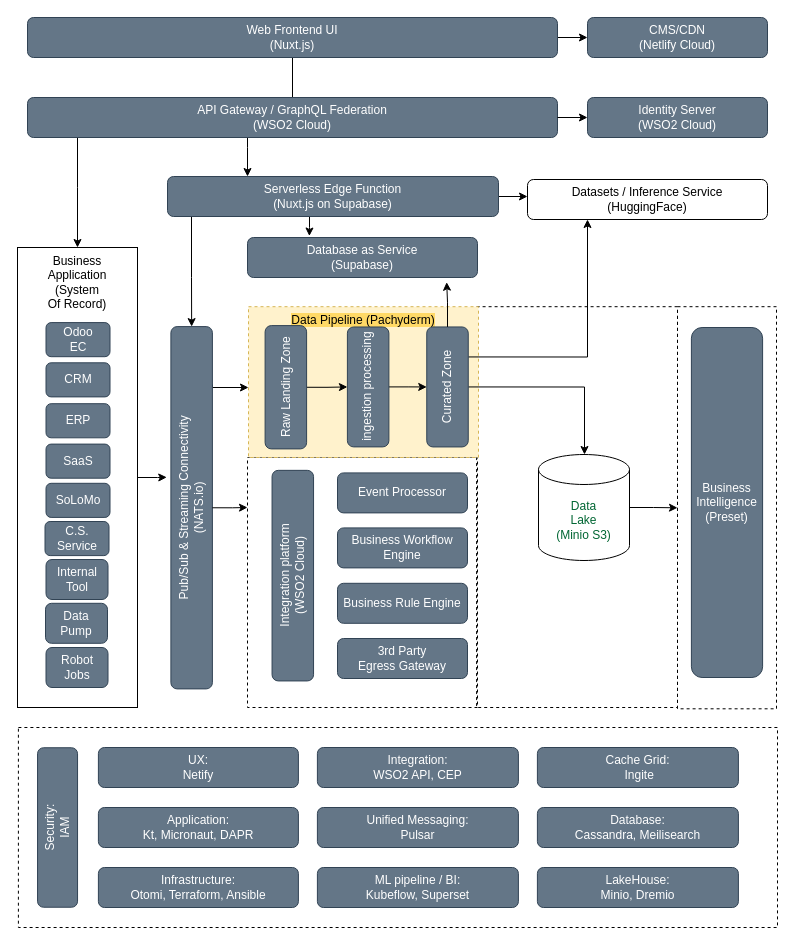
The draw.io diagram master.drawio in man-chi/kata, before the edit. Source tidied: cells renumbered, new cells numbered last; positions are measured from the earlier drawing's top-left corner, leaving out a move shared by most shapes. Both pictures are drawn from the tidied source at 100%, with x=0, y=0 at pixel (-23, 17).
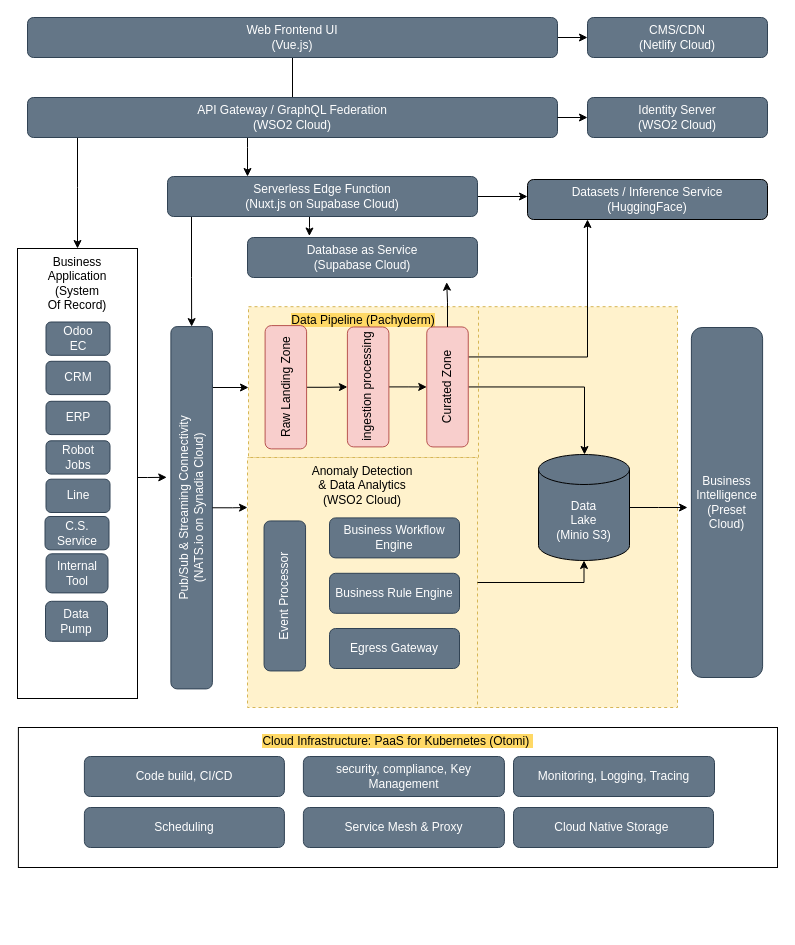
The same diagram, later.

The edit, as a diff of the source:
```diff
@@
-    <mxCell id="2" style="rounded=0;whiteSpace=wrap;html=1;align=center;verticalAlign=top;strokeColor=default;fillColor=none;dashed=1;" parent="1" vertex="1">
-      <mxGeometry x="40.9" y="710" width="759.1" height="200" as="geometry" />
+    <mxCell id="2" value="&lt;span style=&quot;background-color: rgb(255, 217, 102);&quot;&gt;Cloud Infrastructure: PaaS for Kubernetes (Otomi)&amp;nbsp;&lt;/span&gt;" style="rounded=0;whiteSpace=wrap;html=1;align=center;verticalAlign=top;" parent="1" vertex="1">
+      <mxGeometry x="40.9" y="710" width="759.1" height="140" as="geometry" />
     </mxCell>
-    <mxCell id="3" style="rounded=0;whiteSpace=wrap;html=1;align=center;verticalAlign=top;strokeColor=default;fillColor=none;dashed=1;" parent="1" vertex="1">
+    <mxCell id="3" style="rounded=0;whiteSpace=wrap;html=1;align=center;verticalAlign=top;strokeColor=#d6b656;fillColor=#fff2cc;dashed=1;" parent="1" vertex="1">
       <mxGeometry x="499.1" y="289.2" width="200.9" height="400.8" as="geometry" />
     </mxCell>
-    <mxCell id="4" style="rounded=0;whiteSpace=wrap;html=1;align=center;verticalAlign=top;strokeColor=default;fillColor=none;dashed=1;" parent="1" vertex="1">
-      <mxGeometry x="700" y="289.2" width="99" height="402.1" as="geometry" />
-    </mxCell>
-    <mxCell id="5" style="rounded=0;whiteSpace=wrap;html=1;align=center;verticalAlign=top;strokeColor=default;fillColor=none;dashed=1;" parent="1" vertex="1">
+    <mxCell id="5" value="Anomaly Detection&lt;br&gt;&amp;amp; Data Analytics&lt;br&gt;(WSO2 Cloud)" style="rounded=0;whiteSpace=wrap;html=1;align=center;verticalAlign=top;strokeColor=#d6b656;fillColor=#fff2cc;dashed=1;" parent="1" vertex="1">
       <mxGeometry x="270" y="440" width="230" height="250" as="geometry" />
     </mxCell>
@@
-    <mxCell id="9" value="Web Frontend UI&lt;br&gt;(Nuxt.js)" style="rounded=1;whiteSpace=wrap;html=1;fillColor=#647687;strokeColor=#314354;fontColor=#ffffff;" parent="1" vertex="1">
+    <mxCell id="9" value="Web Frontend UI&lt;br&gt;(Vue.js)" style="rounded=1;whiteSpace=wrap;html=1;fillColor=#647687;strokeColor=#314354;fontColor=#ffffff;" parent="1" vertex="1">
       <mxGeometry x="50" width="530" height="40" as="geometry" />
     </mxCell>
@@
     <mxCell id="14" value="Business&lt;br&gt;Application&lt;br&gt;(System&lt;br&gt;Of Record)" style="rounded=0;whiteSpace=wrap;html=1;align=center;verticalAlign=top;" parent="1" vertex="1">
-      <mxGeometry x="40" y="230" width="120" height="460" as="geometry" />
+      <mxGeometry x="40" y="231" width="120" height="450" as="geometry" />
     </mxCell>
     <mxCell id="15" value="C.S. Service" style="rounded=1;whiteSpace=wrap;html=1;fillColor=#647687;strokeColor=#314354;fontColor=#ffffff;" parent="14" vertex="1">
-      <mxGeometry x="27.5" y="274" width="64" height="34.1" as="geometry" />
+      <mxGeometry x="27.5" y="268" width="64" height="33.3" as="geometry" />
     </mxCell>
     <mxCell id="16" value="Odoo&lt;br&gt;EC" style="rounded=1;whiteSpace=wrap;html=1;fillColor=#647687;strokeColor=#314354;fontColor=#ffffff;" parent="14" vertex="1">
-      <mxGeometry x="28.5" y="75.1" width="64" height="34.1" as="geometry" />
+      <mxGeometry x="28.5" y="73.5" width="64" height="33.3" as="geometry" />
     </mxCell>
     <mxCell id="17" value="CRM" style="rounded=1;whiteSpace=wrap;html=1;fillColor=#647687;strokeColor=#314354;fontColor=#ffffff;" parent="14" vertex="1">
-      <mxGeometry x="28.5" y="115.3" width="64" height="34.1" as="geometry" />
+      <mxGeometry x="28.5" y="112.8" width="64" height="33.3" as="geometry" />
     </mxCell>
     <mxCell id="18" value="ERP" style="rounded=1;whiteSpace=wrap;html=1;fillColor=#647687;strokeColor=#314354;fontColor=#ffffff;" parent="14" vertex="1">
-      <mxGeometry x="28.5" y="156.2" width="64" height="34.1" as="geometry" />
+      <mxGeometry x="28.5" y="152.8" width="64" height="33.3" as="geometry" />
     </mxCell>
-    <mxCell id="19" value="SaaS" style="rounded=1;whiteSpace=wrap;html=1;fillColor=#647687;strokeColor=#314354;fontColor=#ffffff;" parent="14" vertex="1">
-      <mxGeometry x="28.5" y="196.6" width="64" height="34.1" as="geometry" />
+    <mxCell id="19" value="Robot&lt;br style=&quot;border-color: var(--border-color);&quot;&gt;Jobs" style="rounded=1;whiteSpace=wrap;html=1;fillColor=#647687;strokeColor=#314354;fontColor=#ffffff;" parent="14" vertex="1">
+      <mxGeometry x="28.5" y="192.3" width="64" height="33.3" as="geometry" />
     </mxCell>
-    <mxCell id="20" value="SoLoMo" style="rounded=1;whiteSpace=wrap;html=1;fillColor=#647687;strokeColor=#314354;fontColor=#ffffff;" parent="14" vertex="1">
-      <mxGeometry x="28.5" y="235.8" width="64" height="34.1" as="geometry" />
+    <mxCell id="20" value="Line" style="rounded=1;whiteSpace=wrap;html=1;fillColor=#647687;strokeColor=#314354;fontColor=#ffffff;" parent="14" vertex="1">
+      <mxGeometry x="28.5" y="230.7" width="64" height="33.3" as="geometry" />
     </mxCell>
-    <mxCell id="21" value="Robot&lt;br&gt;Jobs" style="rounded=1;whiteSpace=wrap;html=1;fillColor=#647687;strokeColor=#314354;fontColor=#ffffff;" parent="14" vertex="1">
-      <mxGeometry x="28.5" y="400" width="62" height="40" as="geometry" />
-    </mxCell>
     <mxCell id="22" value="Internal&lt;br&gt;Tool" style="rounded=1;whiteSpace=wrap;html=1;fillColor=#647687;strokeColor=#314354;fontColor=#ffffff;" parent="14" vertex="1">
-      <mxGeometry x="28.5" y="312" width="62" height="40" as="geometry" />
+      <mxGeometry x="28.5" y="305.3" width="62" height="39.1" as="geometry" />
     </mxCell>
@@
-    <mxCell id="24" value="Pub/Sub &amp;amp; Streaming Connectivity &lt;br&gt;(NATS.io)" style="rounded=1;whiteSpace=wrap;html=1;fillColor=#647687;strokeColor=#314354;fontColor=#ffffff;rotation=-90;" parent="1" vertex="1">
+    <mxCell id="24" value="Pub/Sub &amp;amp; Streaming Connectivity &lt;br&gt;(NATS.io on Synadia Cloud)" style="rounded=1;whiteSpace=wrap;html=1;fillColor=#647687;strokeColor=#314354;fontColor=#ffffff;rotation=-90;" parent="1" vertex="1">
       <mxGeometry x="33" y="469.5" width="362.3" height="41.5" as="geometry" />
     </mxCell>
@@
-    <mxCell id="27" value="Serverless Edge Function&lt;br&gt;(Nuxt.js on Supabase)" style="rounded=1;whiteSpace=wrap;html=1;fillColor=#647687;strokeColor=#314354;fontColor=#ffffff;" parent="1" vertex="1">
-      <mxGeometry x="190" y="159" width="331" height="40" as="geometry" />
+    <mxCell id="27" value="Serverless Edge Function&lt;br&gt;(Nuxt.js on Supabase Cloud)" style="rounded=1;whiteSpace=wrap;html=1;fillColor=#647687;strokeColor=#314354;fontColor=#ffffff;" parent="1" vertex="1">
+      <mxGeometry x="190" y="159" width="310" height="40" as="geometry" />
     </mxCell>
-    <mxCell id="28" value="Datasets / Inference Service&lt;br&gt;(HuggingFace)" style="rounded=1;whiteSpace=wrap;html=1;" parent="1" vertex="1">
+    <mxCell id="28" value="Datasets / Inference Service&lt;br&gt;(HuggingFace)" style="rounded=1;whiteSpace=wrap;html=1;fillColor=#647687;fontColor=#FFFFFF;" parent="1" vertex="1">
       <mxGeometry x="550" y="162" width="240" height="40" as="geometry" />
     </mxCell>
@@
-    <mxCell id="30" value="Raw Landing Zone" style="rounded=1;whiteSpace=wrap;html=1;fillColor=#647687;strokeColor=#314354;fontColor=#ffffff;rotation=-90;" parent="1" vertex="1">
+    <mxCell id="30" value="Raw Landing Zone" style="rounded=1;whiteSpace=wrap;html=1;fillColor=#f8cecc;strokeColor=#b85450;rotation=-90;" parent="1" vertex="1">
       <mxGeometry x="246.7" y="349" width="123.3" height="41.5" as="geometry" />
     </mxCell>
@@
-    <mxCell id="32" value="ingestion processing" style="rounded=1;whiteSpace=wrap;html=1;fillColor=#647687;strokeColor=#314354;fontColor=#ffffff;rotation=-90;" parent="1" vertex="1">
+    <mxCell id="32" value="ingestion processing" style="rounded=1;whiteSpace=wrap;html=1;fillColor=#f8cecc;strokeColor=#b85450;rotation=-90;" parent="1" vertex="1">
       <mxGeometry x="330.7" y="348.7" width="119.9" height="41.5" as="geometry" />
     </mxCell>
@@
-    <mxCell id="35" value="Curated Zone" style="rounded=1;whiteSpace=wrap;html=1;fillColor=#647687;strokeColor=#314354;fontColor=#ffffff;rotation=-90;" parent="1" vertex="1">
+    <mxCell id="35" value="Curated Zone" style="rounded=1;whiteSpace=wrap;html=1;fillColor=#f8cecc;strokeColor=#b85450;rotation=-90;" parent="1" vertex="1">
       <mxGeometry x="410" y="348.7" width="120" height="41.5" as="geometry" />
     </mxCell>
-    <mxCell id="36" value="Database as Service&lt;br&gt;(Supabase)" style="rounded=1;whiteSpace=wrap;html=1;fillColor=#647687;strokeColor=#314354;fontColor=#ffffff;" parent="1" vertex="1">
+    <mxCell id="36" value="Database as Service&lt;br&gt;(Supabase Cloud)" style="rounded=1;whiteSpace=wrap;html=1;fillColor=#647687;strokeColor=#314354;fontColor=#ffffff;" parent="1" vertex="1">
       <mxGeometry x="270" y="220" width="230" height="40" as="geometry" />
     </mxCell>
-    <mxCell id="37" style="edgeStyle=orthogonalEdgeStyle;rounded=0;jettySize=auto;html=1;" parent="1" edge="1" source="38" target="4">
-      <mxGeometry relative="1" as="geometry" />
-    </mxCell>
+    <mxCell id="63" style="edgeStyle=orthogonalEdgeStyle;rounded=0;jettySize=auto;html=1;" parent="1" edge="1" source="38">
+      <mxGeometry relative="1" as="geometry">
+        <mxPoint x="710" y="490" as="targetPoint" />
+      </mxGeometry>
+    </mxCell>
-    <mxCell id="38" value="Data&lt;br&gt;Lake&lt;br&gt;(Minio S3)" style="shape=cylinder3;whiteSpace=wrap;html=1;boundedLbl=1;backgroundOutline=1;size=15;fillStyle=auto;fontColor=#006633;fillColor=default;" parent="1" vertex="1">
+    <mxCell id="38" value="Data&lt;br&gt;Lake&lt;br&gt;(Minio S3)" style="shape=cylinder3;whiteSpace=wrap;html=1;boundedLbl=1;backgroundOutline=1;size=15;fillStyle=auto;fontColor=#FFFFFF;fillColor=#647687;" parent="1" vertex="1">
       <mxGeometry x="561" y="437" width="91" height="106" as="geometry" />
     </mxCell>
     <mxCell id="39" value="Business Rule Engine" style="rounded=1;whiteSpace=wrap;html=1;fillColor=#647687;strokeColor=#314354;fontColor=#ffffff;" parent="1" vertex="1">
-      <mxGeometry x="360" y="565.8" width="130" height="40" as="geometry" />
+      <mxGeometry x="352" y="555.8" width="130" height="40" as="geometry" />
     </mxCell>
     <mxCell id="40" value="Business Workflow&lt;br&gt;Engine" style="rounded=1;whiteSpace=wrap;html=1;fillColor=#647687;strokeColor=#314354;fontColor=#ffffff;" parent="1" vertex="1">
-      <mxGeometry x="360" y="510.4" width="130" height="40" as="geometry" />
+      <mxGeometry x="352" y="500.4" width="130" height="40" as="geometry" />
     </mxCell>
-    <mxCell id="41" value="Event Processor" style="rounded=1;whiteSpace=wrap;html=1;fillColor=#647687;strokeColor=#314354;fontColor=#ffffff;" parent="1" vertex="1">
-      <mxGeometry x="360" y="455.4" width="130" height="40" as="geometry" />
-    </mxCell>
-    <mxCell id="42" value="Integration platform&lt;br&gt;(WSO2 Cloud)" style="rounded=1;whiteSpace=wrap;html=1;fillColor=#647687;strokeColor=#314354;fontColor=#ffffff;rotation=-90;" parent="1" vertex="1">
-      <mxGeometry x="210" y="537.4" width="210.6" height="41.5" as="geometry" />
+    <mxCell id="42" value="Event Processor" style="rounded=1;whiteSpace=wrap;html=1;fillColor=#647687;strokeColor=#314354;fontColor=#ffffff;rotation=-90;" parent="1" vertex="1">
+      <mxGeometry x="232.3" y="557.7" width="150" height="41.5" as="geometry" />
     </mxCell>
@@
-    <mxCell id="45" value="3rd Party &lt;br&gt;Egress Gateway" style="rounded=1;whiteSpace=wrap;html=1;fillColor=#647687;strokeColor=#314354;fontColor=#ffffff;" parent="1" vertex="1">
-      <mxGeometry x="360" y="621" width="130" height="40" as="geometry" />
+    <mxCell id="45" value="Egress Gateway" style="rounded=1;whiteSpace=wrap;html=1;fillColor=#647687;strokeColor=#314354;fontColor=#ffffff;" parent="1" vertex="1">
+      <mxGeometry x="352" y="611" width="130" height="40" as="geometry" />
     </mxCell>
-    <mxCell id="46" value="Business&lt;br&gt;Intelligence&lt;br&gt;(Preset)" style="rounded=1;whiteSpace=wrap;html=1;fillColor=#647687;strokeColor=#314354;fontColor=#ffffff;" parent="1" vertex="1">
+    <mxCell id="46" value="Business&lt;br&gt;Intelligence&lt;br&gt;(Preset Cloud)" style="rounded=1;whiteSpace=wrap;html=1;fillColor=#647687;strokeColor=#314354;fontColor=#ffffff;" parent="1" vertex="1">
       <mxGeometry x="713.9" y="310" width="71.2" height="350" as="geometry" />
     </mxCell>
     <mxCell id="47" value="Data&lt;br&gt;Pump" style="rounded=1;whiteSpace=wrap;html=1;fillColor=#647687;strokeColor=#314354;fontColor=#ffffff;" parent="1" vertex="1">
-      <mxGeometry x="68" y="585.8" width="62" height="40" as="geometry" />
+      <mxGeometry x="68" y="583.8" width="62" height="40" as="geometry" />
     </mxCell>
@@
-    <mxCell id="50" value="UX: &lt;br&gt;Netify" style="rounded=1;whiteSpace=wrap;html=1;fillColor=#647687;fontColor=#ffffff;strokeColor=#314354;" parent="1" vertex="1">
-      <mxGeometry x="120.9" y="730" width="200" height="40" as="geometry" />
+    <mxCell id="50" value="Code build, CI/CD" style="rounded=1;whiteSpace=wrap;html=1;fillColor=#647687;fontColor=#ffffff;strokeColor=#314354;" parent="1" vertex="1">
+      <mxGeometry x="106.9" y="739" width="200" height="40" as="geometry" />
     </mxCell>
-    <mxCell id="51" value="Application: &lt;br&gt;Kt, Micronaut, DAPR" style="rounded=1;whiteSpace=wrap;html=1;fillColor=#647687;fontColor=#ffffff;strokeColor=#314354;" parent="1" vertex="1">
-      <mxGeometry x="120.9" y="790" width="200" height="40" as="geometry" />
+    <mxCell id="51" value="Cloud Native Storage&amp;nbsp;" style="rounded=1;whiteSpace=wrap;html=1;fillColor=#647687;fontColor=#ffffff;strokeColor=#314354;" parent="1" vertex="1">
+      <mxGeometry x="536" y="790" width="200" height="40" as="geometry" />
     </mxCell>
-    <mxCell id="52" value="Unified Messaging: &lt;br&gt;Pulsar" style="rounded=1;whiteSpace=wrap;html=1;fillColor=#647687;fontColor=#ffffff;strokeColor=#314354;" parent="1" vertex="1">
-      <mxGeometry x="339.9" y="790" width="201" height="40" as="geometry" />
+    <mxCell id="52" value="Monitoring, Logging, Tracing" style="rounded=1;whiteSpace=wrap;html=1;fillColor=#647687;fontColor=#ffffff;strokeColor=#314354;" parent="1" vertex="1">
+      <mxGeometry x="536" y="739" width="201" height="40" as="geometry" />
     </mxCell>
-    <mxCell id="53" value="Integration: &lt;br&gt;WSO2 API, CEP" style="rounded=1;whiteSpace=wrap;html=1;fillColor=#647687;fontColor=#ffffff;strokeColor=#314354;" parent="1" vertex="1">
-      <mxGeometry x="339.9" y="730" width="201" height="40" as="geometry" />
+    <mxCell id="53" value="security, compliance, Key Management" style="rounded=1;whiteSpace=wrap;html=1;fillColor=#647687;fontColor=#ffffff;strokeColor=#314354;" parent="1" vertex="1">
+      <mxGeometry x="325.9" y="739" width="201" height="40" as="geometry" />
     </mxCell>
-    <mxCell id="54" value="LakeHouse: &lt;br&gt;Minio, Dremio" style="rounded=1;whiteSpace=wrap;html=1;fillColor=#647687;fontColor=#ffffff;strokeColor=#314354;" parent="1" vertex="1">
-      <mxGeometry x="559.9" y="850" width="201" height="40" as="geometry" />
-    </mxCell>
-    <mxCell id="55" value="Security: &lt;br&gt;IAM" style="rounded=1;whiteSpace=wrap;html=1;rotation=-90;fillColor=#647687;fontColor=#ffffff;strokeColor=#314354;" parent="1" vertex="1">
-      <mxGeometry x="0.3" y="790" width="159.5" height="40" as="geometry" />
-    </mxCell>
-    <mxCell id="56" value="Infrastructure: &lt;br&gt;Otomi, Terraform, Ansible" style="rounded=1;whiteSpace=wrap;html=1;fillColor=#647687;fontColor=#ffffff;strokeColor=#314354;" parent="1" vertex="1">
-      <mxGeometry x="120.9" y="850" width="200" height="40" as="geometry" />
+    <mxCell id="56" value="Scheduling" style="rounded=1;whiteSpace=wrap;html=1;fillColor=#647687;fontColor=#ffffff;strokeColor=#314354;" parent="1" vertex="1">
+      <mxGeometry x="106.9" y="790" width="200" height="40" as="geometry" />
     </mxCell>
-    <mxCell id="57" value="Database: &lt;br&gt;Cassandra, Meilisearch" style="rounded=1;whiteSpace=wrap;html=1;fillColor=#647687;fontColor=#ffffff;strokeColor=#314354;" parent="1" vertex="1">
-      <mxGeometry x="559.9" y="790" width="201" height="40" as="geometry" />
-    </mxCell>
-    <mxCell id="58" value="Cache Grid:&lt;br&gt;&amp;nbsp;Ingite" style="rounded=1;whiteSpace=wrap;html=1;fillColor=#647687;fontColor=#ffffff;strokeColor=#314354;" parent="1" vertex="1">
-      <mxGeometry x="559.9" y="730" width="201" height="40" as="geometry" />
-    </mxCell>
-    <mxCell id="59" value="ML pipeline / BI:&lt;br&gt;Kubeflow, Superset" style="rounded=1;whiteSpace=wrap;html=1;fillColor=#647687;fontColor=#ffffff;strokeColor=#314354;" parent="1" vertex="1">
-      <mxGeometry x="339.9" y="850" width="201" height="40" as="geometry" />
+    <mxCell id="59" value="Service Mesh &amp;amp; Proxy" style="rounded=1;whiteSpace=wrap;html=1;fillColor=#647687;fontColor=#ffffff;strokeColor=#314354;" parent="1" vertex="1">
+      <mxGeometry x="325.9" y="790" width="201" height="40" as="geometry" />
     </mxCell>
     <mxCell id="60" style="edgeStyle=orthogonalEdgeStyle;rounded=0;jettySize=auto;html=1;entryX=0.584;entryY=-0.1;entryDx=0;entryDy=0;entryPerimeter=0;" parent="1" edge="1" source="14" target="24">
-      <mxGeometry relative="1" as="geometry" />
+      <mxGeometry relative="1" as="geometry">
+        <Array as="points">
+          <mxPoint x="170" y="460" />
+          <mxPoint x="170" y="460" />
+        </Array>
+      </mxGeometry>
     </mxCell>
@@
+    <mxCell id="64" style="edgeStyle=orthogonalEdgeStyle;rounded=0;jettySize=auto;html=1;entryX=0.5;entryY=1;entryDx=0;entryDy=0;entryPerimeter=0;exitX=1;exitY=0.5;exitDx=0;exitDy=0;" parent="1" edge="1" source="5" target="38">
+      <mxGeometry relative="1" as="geometry" />
+    </mxCell>
```
